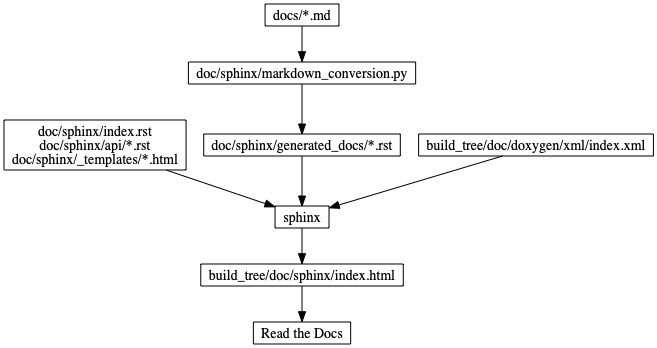
Above: doc/images/sphinx_flow.png in approvals/ApprovalTests.cpp (Graphviz), before the change. Its source is kept beside it as doc/images/source/sphinx_flow.dot.
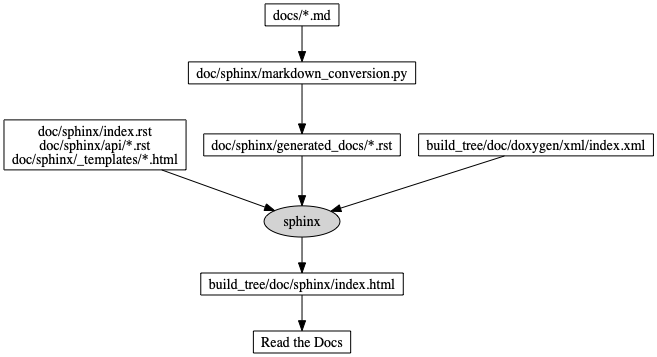
The same diagram one commit later.

Diff of the diagram source:
```diff
@@ -3,7 +3,7 @@
     node [fontsize = 14, shape = box, height = 0.25]
     edge [fontsize = 14]
 
-    "sphinx"
+    "sphinx" [shape = oval, fillcolor = lightgray, style = filled]
 
     "source_rst" [label = "doc/sphinx/index.rst\ndoc/sphinx/api/*.rst\ndoc/sphinx/_templates/*.html"]
     "source_rst" -> "sphinx"
```
